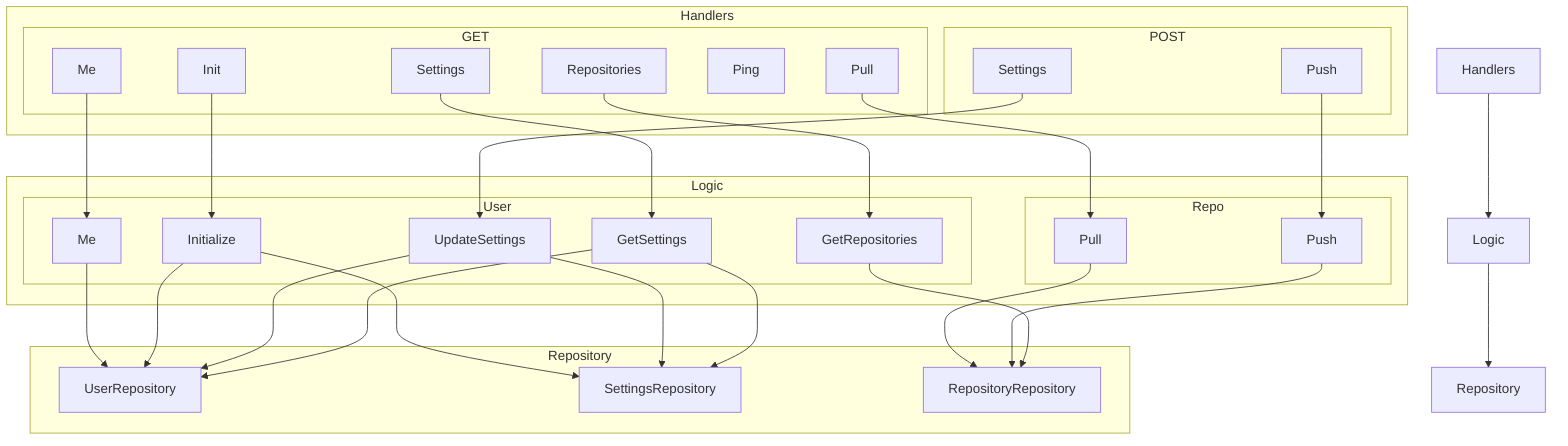
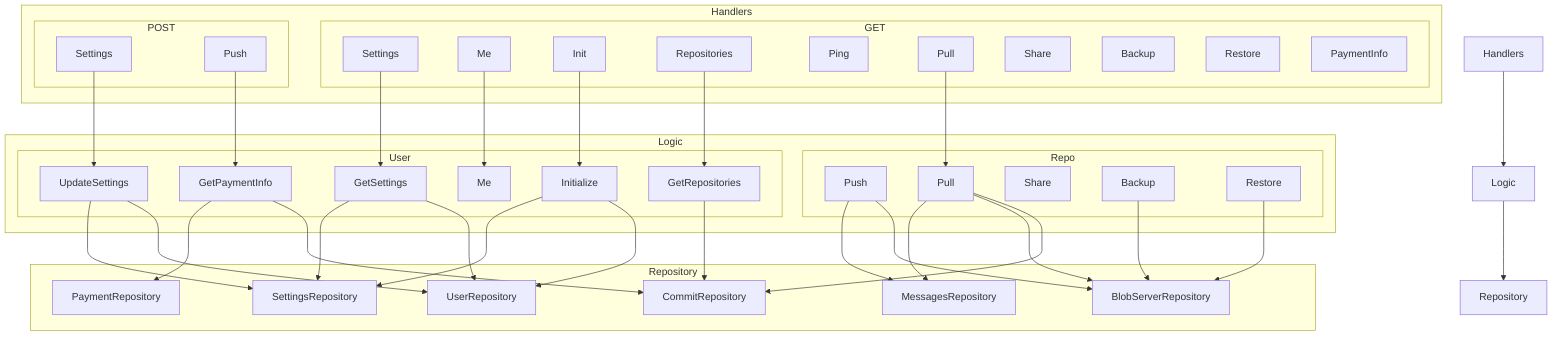
graph TD
    A[Handlers] --> B[Logic]
    B --> C[Repository]

    subgraph Handlers
      subgraph GET
-         H1[Settings]
-         H6[Me]
-         H3[Init]
-         H4[Repositories]
-         H5[Ping]
-         H8[Pull]
+         Handler1[Settings]
+         Handler2[Me]
+         Handler3[Init]
+         Handler4[Repositories]
+         Handler5[Ping]
+         Handler6[Pull]
+         Handler7[Share]
+         Handler8[Backup]
+         Handler9[Restore]
+         Handler10[PaymentInfo]
      end
      subgraph POST
-         H2[Settings]
-         H7[Push]
+         Handler11[Settings]
+         Handler12[Push]
      end
    end

    subgraph Logic
        subgraph User
-           S1[GetSettings]
-           S7[GetRepositories]
-           S2[UpdateSettings]
-           S5[Initialize]
-           S6[Me]
+           Logic1[GetSettings]
+           Logic2[GetRepositories]
+           Logic3[UpdateSettings]
+           Logic4[Initialize]
+           Logic5[Me]
+           Logic6[GetPaymentInfo]
        end
        subgraph Repo
-           S3[Push]
-           S4[Pull]
+           Logic11[Push]
+           Logic7[Pull]
+           Logic8[Share]
+           Logic9[Backup]
+           Logic10[Restore]
        end
    end

    subgraph Repository
-         R1[UserRepository]
-         R2[SettingsRepository]
-         R3[RepositoryRepository]
+         Repository1[UserRepository]
+         Repository2[SettingsRepository]
+         Repository3[RepositoryRepository]
+         Repository3[CommitRepository]
+         Repository4[BlobServerRepository]
+         Repository5[MessagesRepository]
+         Repository6[PaymentRepository]
    end

-     H4 --> S7
+     Handler4 --> Logic2
+     Logic2 --> Repository3
+     Handler1 --> Logic1
+     Handler11 --> Logic3
+     Logic1 --> Repository1
+     Logic1 --> Repository2
+     Logic3 --> Repository1
+     Logic3 --> Repository2
+     Handler2 --> Logic5
+     Handler3 --> Logic4
+     Logic4 --> Repository1
+     Logic4 --> Repository2
+     Handler12 --> Logic6
+     Handler6 --> Logic7
+     Logic6 --> Repository3
+     Logic7 --> Repository3
+     Logic6 --> Repository6
+     Logic9 --> Repository4
+     Logic10 --> Repository4
+     Logic11 --> Repository4
+     Logic11 --> Repository5
+     Logic7 --> Repository4
+     Logic7 --> Repository5

-     S7 --> R3
- 
-     H1 --> S1
-     H2 --> S2
- 
-     S1 --> R1
-     S1 --> R2
- 
-     S2 --> R1
-     S2 --> R2
- 
-     H6 --> S6
-     H3 --> S5
-     S5 --> R1
-     S5 --> R2
- 
-     H7 --> S3
-     H8 --> S4
- 
-     S3 --> R3
-     S4 --> R3
- 
-     S6 --> R1
- 
